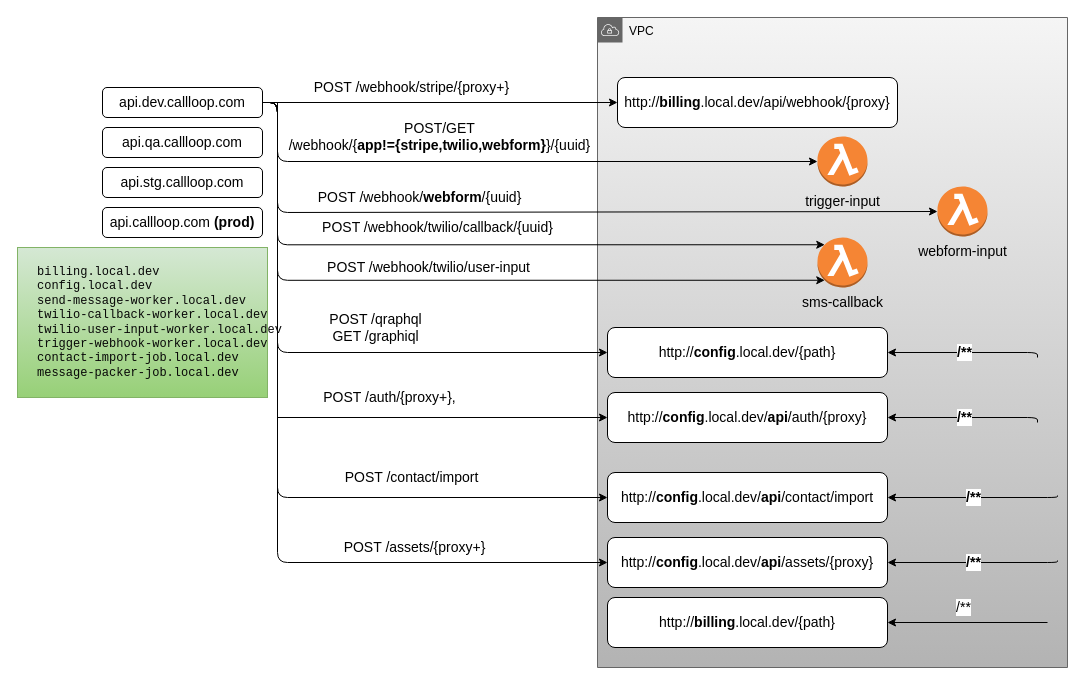
This is ApiGW.drawio from CallLoop/CL2-diagrams, a draw.io file, before an edit. Source tidied: cells renumbered, new cells numbered last; positions are measured from the earlier drawing's top-left corner, leaving out a move shared by most shapes. Both pictures are drawn from the tidied source at 100%, with x=0, y=0 at pixel (17, 17).
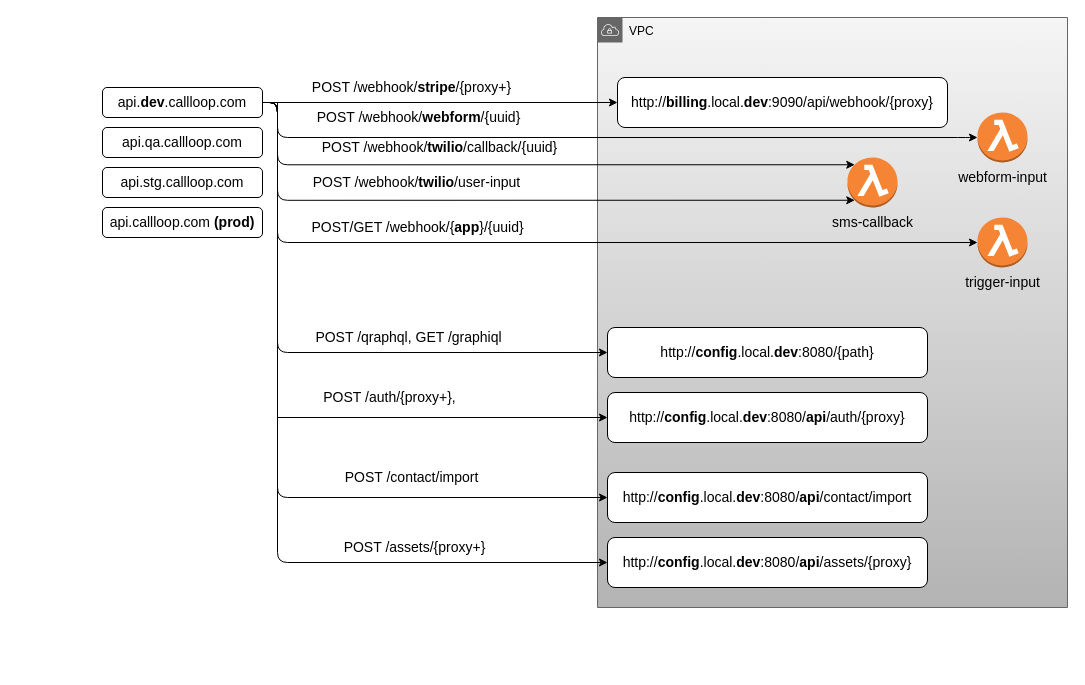
The same page after the edit.

The edit, as a diff of the source:
```diff
@@
     <mxCell id="2" value="VPC" style="sketch=0;html=1;whiteSpace=wrap;fontSize=12;fontStyle=0;shape=mxgraph.aws4.group;grIcon=mxgraph.aws4.group_vpc;strokeColor=#666666;fillColor=#f5f5f5;verticalAlign=top;align=left;spacingLeft=30;dashed=0;gradientColor=#b3b3b3;" parent="1" vertex="1">
-      <mxGeometry x="580" width="470" height="650" as="geometry" />
+      <mxGeometry x="580" width="470" height="590" as="geometry" />
     </mxCell>
-    <mxCell id="3" value="POST /webhook/stripe/{proxy+}" style="edgeStyle=orthogonalEdgeStyle;rounded=1;jettySize=auto;html=1;exitX=1;exitY=0.5;exitDx=0;exitDy=0;fontSize=14;align=center;spacingLeft=0;verticalAlign=middle;horizontal=1;" parent="1" edge="1" source="12" target="15">
+    <mxCell id="3" value="POST /webhook/&lt;b&gt;stripe&lt;/b&gt;/{proxy+}" style="edgeStyle=orthogonalEdgeStyle;rounded=1;jettySize=auto;html=1;exitX=1;exitY=0.5;exitDx=0;exitDy=0;fontSize=14;align=center;spacingLeft=0;verticalAlign=middle;horizontal=1;" parent="1" edge="1" source="12" target="15">
       <mxGeometry x="-0.16" y="15" relative="1" as="geometry" />
     </mxCell>
-    <mxCell id="4" value="POST /webhook/twilio/callback/{uuid}" style="edgeStyle=orthogonalEdgeStyle;rounded=1;jettySize=auto;html=1;exitX=1;exitY=0.5;exitDx=0;exitDy=0;entryX=0.145;entryY=0.145;entryDx=0;entryDy=0;entryPerimeter=0;fontSize=14;align=center;spacingLeft=0;verticalAlign=middle;horizontal=1;" parent="1" edge="1" source="12" target="19">
-      <mxGeometry x="-0.1" y="17" relative="1" as="geometry">
+    <mxCell id="4" value="POST /webhook/&lt;b&gt;twilio&lt;/b&gt;/callback/{uuid}" style="edgeStyle=orthogonalEdgeStyle;rounded=1;jettySize=auto;html=1;exitX=1;exitY=0.5;exitDx=0;exitDy=0;entryX=0.145;entryY=0.145;entryDx=0;entryDy=0;entryPerimeter=0;fontSize=14;align=center;spacingLeft=0;verticalAlign=middle;horizontal=1;" parent="1" edge="1" source="12" target="19">
+      <mxGeometry x="-0.27" y="17" relative="1" as="geometry">
         <Array as="points">
           <mxPoint x="260" y="85" />
-          <mxPoint x="260" y="227" />
+          <mxPoint x="260" y="147" />
         </Array>
       </mxGeometry>
     </mxCell>
-    <mxCell id="5" value="POST /webhook/twilio/user-input" style="edgeStyle=orthogonalEdgeStyle;rounded=1;jettySize=auto;html=1;exitX=1;exitY=0.5;exitDx=0;exitDy=0;entryX=0.145;entryY=0.855;entryDx=0;entryDy=0;entryPerimeter=0;fontSize=14;align=center;spacingLeft=0;verticalAlign=middle;horizontal=1;" parent="1" edge="1" source="12" target="19">
-      <mxGeometry x="-0.07" y="13" relative="1" as="geometry">
+    <mxCell id="5" value="POST /webhook/&lt;b&gt;twilio&lt;/b&gt;/user-input" style="edgeStyle=orthogonalEdgeStyle;rounded=1;jettySize=auto;html=1;exitX=1;exitY=0.5;exitDx=0;exitDy=0;entryX=0.145;entryY=0.855;entryDx=0;entryDy=0;entryPerimeter=0;fontSize=14;align=center;spacingLeft=0;verticalAlign=middle;horizontal=1;" parent="1" edge="1" source="12" target="19">
+      <mxGeometry x="-0.27" y="18" relative="1" as="geometry">
         <Array as="points">
           <mxPoint x="260" y="85" />
-          <mxPoint x="260" y="263" />
+          <mxPoint x="260" y="183" />
         </Array>
       </mxGeometry>
     </mxCell>
-    <mxCell id="6" value="POST /qraphql&lt;br&gt;GET /graphiql" style="edgeStyle=orthogonalEdgeStyle;rounded=1;jettySize=auto;html=1;exitX=1;exitY=0.5;exitDx=0;exitDy=0;entryX=0;entryY=0.5;entryDx=0;entryDy=0;fontSize=14;align=center;spacingLeft=0;verticalAlign=middle;horizontal=1;" parent="1" edge="1" source="12" target="21">
-      <mxGeometry x="0.22" y="25" relative="1" as="geometry">
+    <mxCell id="6" value="POST /qraphql,&amp;nbsp;GET /graphiql" style="edgeStyle=orthogonalEdgeStyle;rounded=1;jettySize=auto;html=1;exitX=1;exitY=0.5;exitDx=0;exitDy=0;entryX=0;entryY=0.5;entryDx=0;entryDy=0;fontSize=14;align=center;spacingLeft=0;verticalAlign=middle;horizontal=1;" parent="1" edge="1" source="12" target="21">
+      <mxGeometry x="0.33" y="15" relative="1" as="geometry">
         <Array as="points">
           <mxPoint x="260" y="85" />
           <mxPoint x="260" y="335" />
         </Array>
       </mxGeometry>
     </mxCell>
-    <mxCell id="7" value="/**" style="edgeStyle=orthogonalEdgeStyle;rounded=1;jettySize=auto;html=1;entryX=1;entryY=0.5;entryDx=0;entryDy=0;fontSize=14;" parent="1" edge="1" target="22">
-      <mxGeometry x="0.05" y="-15" relative="1" as="geometry">
-        <mxPoint x="1030" y="605" as="sourcePoint" />
-        <Array as="points">
-          <mxPoint x="1030" y="605" />
-        </Array>
-      </mxGeometry>
-    </mxCell>
@@
     <mxCell id="11" value="&lt;span style=&quot;font-size: 14px;&quot;&gt;POST /webhook/&lt;b&gt;webform&lt;/b&gt;/{uuid}&lt;/span&gt;" style="edgeStyle=orthogonalEdgeStyle;rounded=1;jettySize=auto;html=1;exitX=1;exitY=0.5;exitDx=0;exitDy=0;entryX=0;entryY=0.5;entryDx=0;entryDy=0;entryPerimeter=0;" parent="1" edge="1" source="12" target="30">
-      <mxGeometry x="-0.32" y="15" relative="1" as="geometry">
+      <mxGeometry x="-0.49" y="20" relative="1" as="geometry">
         <Array as="points">
           <mxPoint x="260" y="85" />
-          <mxPoint x="260" y="195" />
+          <mxPoint x="260" y="120" />
+          <mxPoint x="950" y="120" />
         </Array>
       </mxGeometry>
     </mxCell>
-    <mxCell id="12" value="api.dev.callloop.com" style="rounded=1;whiteSpace=wrap;html=1;fontSize=14;" parent="1" vertex="1">
+    <mxCell id="12" value="api.&lt;b&gt;dev&lt;/b&gt;.callloop.com" style="rounded=1;whiteSpace=wrap;html=1;fontSize=14;" parent="1" vertex="1">
       <mxGeometry x="85" y="70" width="160" height="30" as="geometry" />
     </mxCell>
-    <mxCell id="13" value="POST/GET &lt;br&gt;/webhook/{&lt;b&gt;app!={stripe,twilio,webform}&lt;/b&gt;}/{uuid}" style="edgeStyle=orthogonalEdgeStyle;rounded=1;jettySize=auto;html=1;exitX=1;exitY=0.5;exitDx=0;exitDy=0;fontSize=14;align=center;spacingLeft=0;verticalAlign=middle;horizontal=1;entryX=0;entryY=0.5;entryDx=0;entryDy=0;entryPerimeter=0;" parent="1" edge="1" source="12" target="18">
-      <mxGeometry x="-0.23" y="25" relative="1" as="geometry">
+    <mxCell id="13" value="POST/GET /webhook/{&lt;b&gt;app&lt;/b&gt;}/{uuid}" style="edgeStyle=orthogonalEdgeStyle;rounded=1;jettySize=auto;html=1;exitX=1;exitY=0.5;exitDx=0;exitDy=0;fontSize=14;align=center;spacingLeft=0;verticalAlign=middle;horizontal=1;entryX=0;entryY=0.5;entryDx=0;entryDy=0;entryPerimeter=0;" parent="1" edge="1" source="12" target="18">
+      <mxGeometry x="-0.31" y="15" relative="1" as="geometry">
         <Array as="points">
           <mxPoint x="260" y="85" />
-          <mxPoint x="260" y="144" />
+          <mxPoint x="260" y="225" />
         </Array>
       </mxGeometry>
     </mxCell>
@@
-    <mxCell id="15" value="http://&lt;b&gt;billing&lt;/b&gt;.local.dev/api/webhook/{proxy}" style="rounded=1;whiteSpace=wrap;html=1;fontSize=14;" parent="1" vertex="1">
-      <mxGeometry x="600" y="60" width="280" height="50" as="geometry" />
+    <mxCell id="15" value="http://&lt;b&gt;billing&lt;/b&gt;.local.&lt;b&gt;dev&lt;/b&gt;:9090/api/webhook/{proxy}" style="rounded=1;whiteSpace=wrap;html=1;fontSize=14;" parent="1" vertex="1">
+      <mxGeometry x="600" y="60" width="330" height="50" as="geometry" />
     </mxCell>
@@
     <mxCell id="18" value="trigger-input" style="outlineConnect=0;dashed=0;verticalLabelPosition=bottom;verticalAlign=top;align=center;html=1;shape=mxgraph.aws3.lambda_function;fillColor=#F58534;gradientColor=none;fontSize=14;" parent="1" vertex="1">
-      <mxGeometry x="800" y="119" width="50" height="50" as="geometry" />
+      <mxGeometry x="960" y="200" width="50" height="50" as="geometry" />
     </mxCell>
     <mxCell id="19" value="sms-callback" style="outlineConnect=0;dashed=0;verticalLabelPosition=bottom;verticalAlign=top;align=center;html=1;shape=mxgraph.aws3.lambda_function;fillColor=#F58534;gradientColor=none;fontSize=14;" parent="1" vertex="1">
-      <mxGeometry x="800" y="220" width="50" height="50" as="geometry" />
+      <mxGeometry x="830" y="140" width="50" height="50" as="geometry" />
     </mxCell>
-    <mxCell id="20" value="&lt;b style=&quot;&quot;&gt;&lt;font&gt;/**&lt;/font&gt;&lt;/b&gt;" style="edgeStyle=orthogonalEdgeStyle;rounded=1;jettySize=auto;html=1;fontSize=14;fontColor=#000000;entryX=1;entryY=0.5;entryDx=0;entryDy=0;" parent="1" edge="1" target="21">
-      <mxGeometry relative="1" as="geometry">
-        <mxPoint x="1020" y="340" as="sourcePoint" />
-        <Array as="points">
-          <mxPoint x="1020" y="335" />
-        </Array>
-      </mxGeometry>
-    </mxCell>
-    <mxCell id="21" value="http://&lt;b&gt;config&lt;/b&gt;.local.dev/{path}" style="rounded=1;whiteSpace=wrap;html=1;fontSize=14;" parent="1" vertex="1">
-      <mxGeometry x="590" y="310" width="280" height="50" as="geometry" />
+    <mxCell id="21" value="http://&lt;b&gt;config&lt;/b&gt;.local.&lt;b&gt;dev&lt;/b&gt;:8080/{path}" style="rounded=1;whiteSpace=wrap;html=1;fontSize=14;" parent="1" vertex="1">
+      <mxGeometry x="590" y="310" width="320" height="50" as="geometry" />
     </mxCell>
-    <mxCell id="22" value="http://&lt;b&gt;billing&lt;/b&gt;.local.dev/{path}" style="rounded=1;whiteSpace=wrap;html=1;fontSize=14;" parent="1" vertex="1">
-      <mxGeometry x="590" y="580" width="280" height="50" as="geometry" />
-    </mxCell>
-    <mxCell id="23" value="&lt;pre style=&quot;color: rgb(8, 8, 8); font-family: &amp;quot;JetBrains Mono&amp;quot;, monospace; font-size: 12px;&quot;&gt;&lt;pre style=&quot;font-family: &amp;quot;JetBrains Mono&amp;quot;, monospace; font-size: 12px;&quot;&gt;billing.local.dev&lt;br style=&quot;font-size: 12px;&quot;&gt;config.local.dev&lt;br style=&quot;font-size: 12px;&quot;&gt;send-message-worker.local.dev&lt;br style=&quot;font-size: 12px;&quot;&gt;twilio-callback-worker.local.dev&lt;br style=&quot;font-size: 12px;&quot;&gt;twilio-user-input-worker.local.dev&lt;br style=&quot;font-size: 12px;&quot;&gt;trigger-webhook-worker.local.dev&lt;br style=&quot;font-size: 12px;&quot;&gt;contact-import-job.local.dev&lt;br style=&quot;font-size: 12px;&quot;&gt;message-packer-job.local.dev&lt;/pre&gt;&lt;/pre&gt;" style="rounded=0;whiteSpace=wrap;html=1;fontSize=12;fillColor=#d5e8d4;gradientColor=#97d077;strokeColor=#82b366;align=left;spacingLeft=18;labelBackgroundColor=none;strokeWidth=1;" parent="1" vertex="1">
-      <mxGeometry y="230" width="250" height="150" as="geometry" />
-    </mxCell>
-    <mxCell id="24" value="&lt;b style=&quot;&quot;&gt;&lt;font&gt;/**&lt;/font&gt;&lt;/b&gt;" style="edgeStyle=orthogonalEdgeStyle;rounded=1;jettySize=auto;html=1;fontSize=14;fontColor=#000000;entryX=1;entryY=0.5;entryDx=0;entryDy=0;" parent="1" edge="1" target="25">
-      <mxGeometry relative="1" as="geometry">
-        <mxPoint x="1020" y="405" as="sourcePoint" />
-        <Array as="points">
-          <mxPoint x="1020" y="400" />
-        </Array>
-      </mxGeometry>
-    </mxCell>
-    <mxCell id="25" value="http://&lt;b&gt;config&lt;/b&gt;.local.dev/&lt;b&gt;api&lt;/b&gt;/auth/{proxy}" style="rounded=1;whiteSpace=wrap;html=1;fontSize=14;" parent="1" vertex="1">
-      <mxGeometry x="590" y="375" width="280" height="50" as="geometry" />
+    <mxCell id="25" value="http://&lt;b&gt;config&lt;/b&gt;.local.&lt;b&gt;dev&lt;/b&gt;:8080/&lt;b&gt;api&lt;/b&gt;/auth/{proxy}" style="rounded=1;whiteSpace=wrap;html=1;fontSize=14;" parent="1" vertex="1">
+      <mxGeometry x="590" y="375" width="320" height="50" as="geometry" />
     </mxCell>
-    <mxCell id="26" value="http://&lt;b&gt;config&lt;/b&gt;.local.dev/&lt;b&gt;api&lt;/b&gt;/contact/import" style="rounded=1;whiteSpace=wrap;html=1;fontSize=14;" parent="1" vertex="1">
-      <mxGeometry x="590" y="455" width="280" height="50" as="geometry" />
+    <mxCell id="26" value="http://&lt;b&gt;config&lt;/b&gt;.local.&lt;b&gt;dev&lt;/b&gt;:8080/&lt;b&gt;api&lt;/b&gt;/contact/import" style="rounded=1;whiteSpace=wrap;html=1;fontSize=14;" parent="1" vertex="1">
+      <mxGeometry x="590" y="455" width="320" height="50" as="geometry" />
     </mxCell>
-    <mxCell id="27" value="&lt;b style=&quot;&quot;&gt;&lt;font&gt;/**&lt;/font&gt;&lt;/b&gt;" style="edgeStyle=orthogonalEdgeStyle;rounded=1;jettySize=auto;html=1;fontSize=14;fontColor=#000000;entryX=1;entryY=0.5;entryDx=0;entryDy=0;" parent="1" edge="1" target="26">
-      <mxGeometry relative="1" as="geometry">
-        <mxPoint x="1040" y="478" as="sourcePoint" />
-        <Array as="points">
-          <mxPoint x="1040" y="480" />
-        </Array>
-      </mxGeometry>
-    </mxCell>
-    <mxCell id="28" value="http://&lt;b&gt;config&lt;/b&gt;.local.dev/&lt;b&gt;api&lt;/b&gt;/assets/{proxy}" style="rounded=1;whiteSpace=wrap;html=1;fontSize=14;" parent="1" vertex="1">
-      <mxGeometry x="590" y="520" width="280" height="50" as="geometry" />
+    <mxCell id="28" value="http://&lt;b&gt;config&lt;/b&gt;.local.&lt;b&gt;dev&lt;/b&gt;:8080/&lt;b&gt;api&lt;/b&gt;/assets/{proxy}" style="rounded=1;whiteSpace=wrap;html=1;fontSize=14;" parent="1" vertex="1">
+      <mxGeometry x="590" y="520" width="320" height="50" as="geometry" />
     </mxCell>
-    <mxCell id="29" value="&lt;b style=&quot;&quot;&gt;&lt;font&gt;/**&lt;/font&gt;&lt;/b&gt;" style="edgeStyle=orthogonalEdgeStyle;rounded=1;jettySize=auto;html=1;fontSize=14;fontColor=#000000;entryX=1;entryY=0.5;entryDx=0;entryDy=0;" parent="1" edge="1" target="28">
-      <mxGeometry relative="1" as="geometry">
-        <mxPoint x="1040" y="543" as="sourcePoint" />
-        <Array as="points">
-          <mxPoint x="1040" y="545" />
-        </Array>
-      </mxGeometry>
-    </mxCell>
     <mxCell id="30" value="webform-input" style="outlineConnect=0;dashed=0;verticalLabelPosition=bottom;verticalAlign=top;align=center;html=1;shape=mxgraph.aws3.lambda_function;fillColor=#F58534;gradientColor=none;fontSize=14;" parent="1" vertex="1">
-      <mxGeometry x="920" y="169" width="50" height="50" as="geometry" />
+      <mxGeometry x="960" y="95" width="50" height="50" as="geometry" />
     </mxCell>
```
